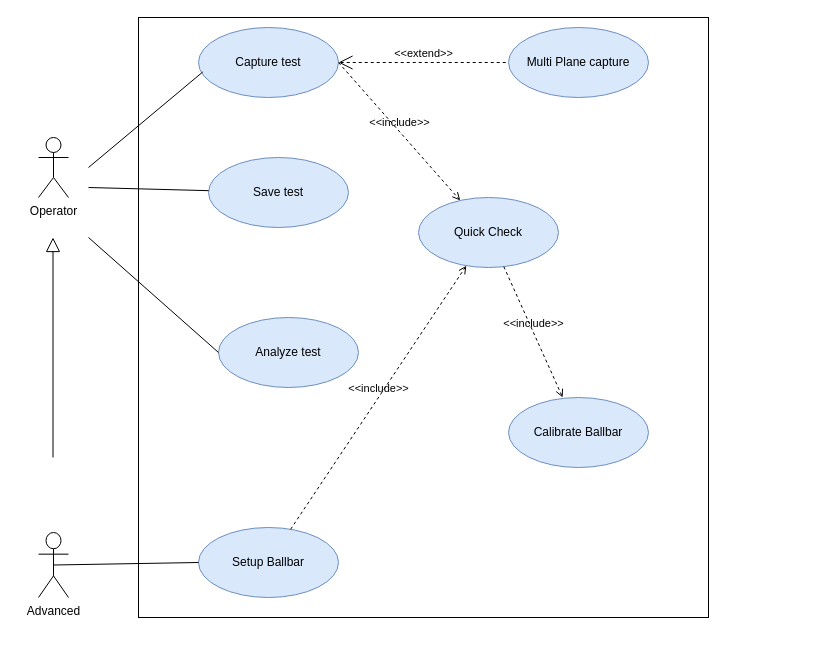
Before: page "Use-Case Diagram" (2 of 4) of Caesar/Caesar Architecture.drawio in AmolSJawalkar/DrawIO, a draw.io diagram. Source tidied: cells renumbered, new cells numbered last; positions are measured from the earlier drawing's top-left corner, leaving out a move shared by most shapes. Both pictures are drawn from the tidied source at 100%, with x=0, y=0 at pixel (38, 17).
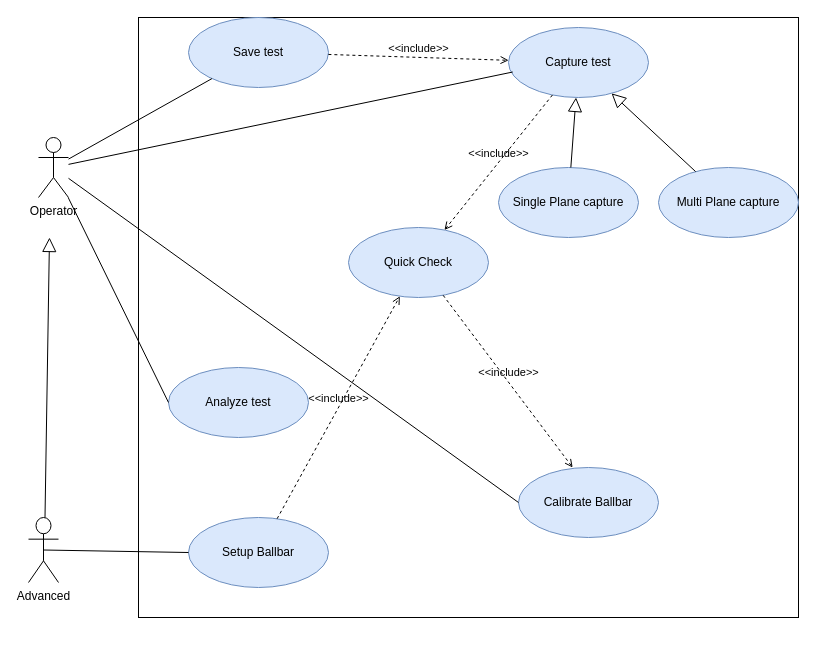
The same diagram, later.

The change refers to these unchanged cells:
```xml
<mxCell id="2" value="Operator" style="shape=umlActor;html=1;verticalLabelPosition=bottom;verticalAlign=top;align=center;" parent="1" vertex="1">
  <mxGeometry y="120" width="30" height="60" as="geometry" />
</mxCell>
```

What changed in the source:
```diff
@@
     <mxCell id="3" style="rounded=0;whiteSpace=wrap;html=1;" parent="1" vertex="1">
-      <mxGeometry x="100" width="570" height="600" as="geometry" />
+      <mxGeometry x="100" width="660" height="600" as="geometry" />
     </mxCell>
     <mxCell id="4" value="Capture test" style="ellipse;whiteSpace=wrap;html=1;fillColor=#dae8fc;strokeColor=#6c8ebf;" parent="1" vertex="1">
-      <mxGeometry x="160" y="10" width="140" height="70" as="geometry" />
+      <mxGeometry x="470" y="10" width="140" height="70" as="geometry" />
     </mxCell>
     <mxCell id="5" value="Save test" style="ellipse;whiteSpace=wrap;html=1;fillColor=#dae8fc;strokeColor=#6c8ebf;" parent="1" vertex="1">
-      <mxGeometry x="170" y="140" width="140" height="70" as="geometry" />
+      <mxGeometry x="150" width="140" height="70" as="geometry" />
     </mxCell>
     <mxCell id="6" value="Calibrate Ballbar" style="ellipse;whiteSpace=wrap;html=1;fillColor=#dae8fc;strokeColor=#6c8ebf;" parent="1" vertex="1">
-      <mxGeometry x="470" y="380" width="140" height="70" as="geometry" />
+      <mxGeometry x="480" y="450" width="140" height="70" as="geometry" />
     </mxCell>
     <mxCell id="7" value="Quick Check" style="ellipse;whiteSpace=wrap;html=1;fillColor=#dae8fc;strokeColor=#6c8ebf;" parent="1" vertex="1">
-      <mxGeometry x="380" y="180" width="140" height="70" as="geometry" />
+      <mxGeometry x="310" y="210" width="140" height="70" as="geometry" />
     </mxCell>
-    <mxCell id="8" value="&amp;lt;&amp;lt;include&amp;gt;&amp;gt;" style="edgeStyle=none;html=1;endArrow=open;verticalAlign=bottom;dashed=1;labelBackgroundColor=none;rounded=0;exitX=1;exitY=0.5;exitDx=0;exitDy=0;" parent="1" edge="1" source="4" target="7">
+    <mxCell id="8" value="&amp;lt;&amp;lt;include&amp;gt;&amp;gt;" style="edgeStyle=none;html=1;endArrow=open;verticalAlign=bottom;dashed=1;labelBackgroundColor=none;rounded=0;" parent="1" edge="1" source="4" target="7">
       <mxGeometry relative="1" as="geometry" />
     </mxCell>
     <mxCell id="9" value="Multi Plane capture" style="ellipse;whiteSpace=wrap;html=1;fillColor=#dae8fc;strokeColor=#6c8ebf;" parent="1" vertex="1">
-      <mxGeometry x="470" y="10" width="140" height="70" as="geometry" />
+      <mxGeometry x="620" y="150" width="140" height="70" as="geometry" />
     </mxCell>
-    <mxCell id="10" value="&amp;lt;&amp;lt;extend&amp;gt;&amp;gt;" style="edgeStyle=none;html=1;startArrow=open;endArrow=none;startSize=12;verticalAlign=bottom;dashed=1;labelBackgroundColor=none;rounded=0;entryX=0;entryY=0.5;entryDx=0;entryDy=0;" parent="1" edge="1" source="4" target="9">
-      <mxGeometry relative="1" as="geometry" />
-    </mxCell>
     <mxCell id="11" value="Setup Ballbar" style="ellipse;whiteSpace=wrap;html=1;fillColor=#dae8fc;strokeColor=#6c8ebf;" parent="1" vertex="1">
-      <mxGeometry x="160" y="510" width="140" height="70" as="geometry" />
+      <mxGeometry x="150" y="500" width="140" height="70" as="geometry" />
     </mxCell>
@@
     <mxCell id="13" value="Advanced&lt;div&gt;&lt;br&gt;&lt;/div&gt;" style="shape=umlActor;html=1;verticalLabelPosition=bottom;verticalAlign=top;align=center;" parent="1" vertex="1">
-      <mxGeometry y="515" width="30" height="65" as="geometry" />
+      <mxGeometry x="-10" y="500" width="30" height="65" as="geometry" />
     </mxCell>
-    <mxCell id="14" style="edgeStyle=none;html=1;endArrow=none;verticalAlign=bottom;rounded=0;entryX=0.03;entryY=0.636;entryDx=0;entryDy=0;entryPerimeter=0;" parent="1" edge="1" target="4">
-      <mxGeometry relative="1" as="geometry">
-        <mxPoint x="50" y="150" as="sourcePoint" />
-      </mxGeometry>
+    <mxCell id="14" style="edgeStyle=none;html=1;endArrow=none;verticalAlign=bottom;rounded=0;entryX=0.03;entryY=0.636;entryDx=0;entryDy=0;entryPerimeter=0;" parent="1" edge="1" source="2" target="4">
+      <mxGeometry relative="1" as="geometry" />
     </mxCell>
-    <mxCell id="15" style="edgeStyle=none;html=1;endArrow=none;verticalAlign=bottom;rounded=0;" parent="1" edge="1" target="5">
-      <mxGeometry relative="1" as="geometry">
-        <mxPoint x="50" y="170" as="sourcePoint" />
-      </mxGeometry>
+    <mxCell id="15" style="edgeStyle=none;html=1;endArrow=none;verticalAlign=bottom;rounded=0;" parent="1" edge="1" source="2" target="5">
+      <mxGeometry relative="1" as="geometry" />
     </mxCell>
@@
     <mxCell id="17" style="edgeStyle=none;html=1;endArrow=block;endFill=0;endSize=12;verticalAlign=bottom;rounded=0;" parent="1" edge="1">
       <mxGeometry relative="1" as="geometry">
-        <mxPoint x="14.5" y="440" as="sourcePoint" />
-        <mxPoint x="14.5" y="220" as="targetPoint" />
+        <mxPoint x="6.5" y="500" as="sourcePoint" />
+        <mxPoint x="11" y="220" as="targetPoint" />
       </mxGeometry>
     </mxCell>
     <mxCell id="18" value="Analyze test" style="ellipse;whiteSpace=wrap;html=1;fillColor=#dae8fc;strokeColor=#6c8ebf;" parent="1" vertex="1">
-      <mxGeometry x="180" y="300" width="140" height="70" as="geometry" />
+      <mxGeometry x="130" y="350" width="140" height="70" as="geometry" />
     </mxCell>
-    <mxCell id="19" style="edgeStyle=none;html=1;endArrow=none;verticalAlign=bottom;rounded=0;entryX=0;entryY=0.5;entryDx=0;entryDy=0;" parent="1" edge="1" target="18">
-      <mxGeometry relative="1" as="geometry">
-        <mxPoint x="50" y="220" as="sourcePoint" />
-      </mxGeometry>
+    <mxCell id="19" style="edgeStyle=none;html=1;endArrow=none;verticalAlign=bottom;rounded=0;entryX=0;entryY=0.5;entryDx=0;entryDy=0;" parent="1" edge="1" source="2" target="18">
+      <mxGeometry relative="1" as="geometry" />
     </mxCell>
@@
+    <mxCell id="21" value="&amp;lt;&amp;lt;include&amp;gt;&amp;gt;" style="edgeStyle=none;html=1;endArrow=open;verticalAlign=bottom;dashed=1;labelBackgroundColor=none;rounded=0;" parent="1" edge="1" source="5" target="4">
+      <mxGeometry relative="1" as="geometry" />
+    </mxCell>
+    <mxCell id="22" style="edgeStyle=none;html=1;endArrow=none;verticalAlign=bottom;rounded=0;entryX=0;entryY=0.5;entryDx=0;entryDy=0;" parent="1" edge="1" source="2" target="6">
+      <mxGeometry relative="1" as="geometry" />
+    </mxCell>
+    <mxCell id="23" value="Single Plane capture" style="ellipse;whiteSpace=wrap;html=1;fillColor=#dae8fc;strokeColor=#6c8ebf;" parent="1" vertex="1">
+      <mxGeometry x="460" y="150" width="140" height="70" as="geometry" />
+    </mxCell>
+    <mxCell id="24" style="edgeStyle=none;html=1;endArrow=block;endFill=0;endSize=12;verticalAlign=bottom;rounded=0;" parent="1" edge="1" source="23" target="4">
+      <mxGeometry relative="1" as="geometry" />
+    </mxCell>
+    <mxCell id="25" style="edgeStyle=none;html=1;endArrow=block;endFill=0;endSize=12;verticalAlign=bottom;rounded=0;" parent="1" edge="1" source="9" target="4">
+      <mxGeometry relative="1" as="geometry" />
+    </mxCell>
```
